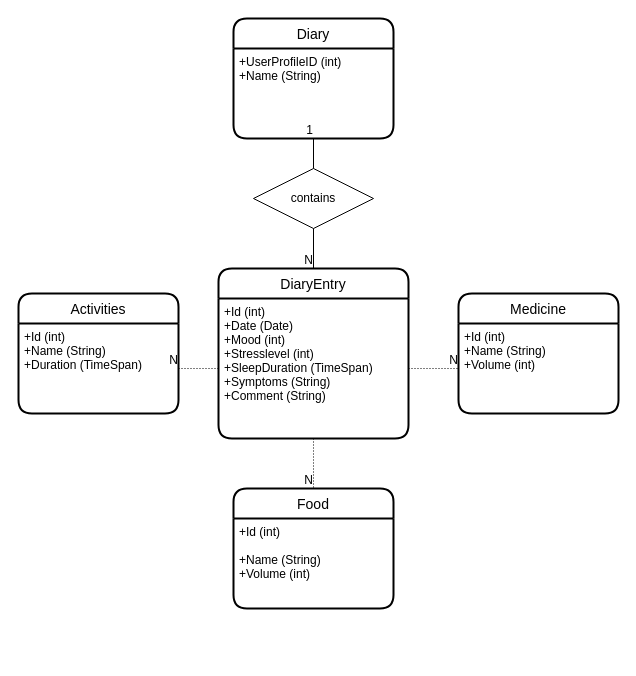
The draw.io diagram Untitled Diagram.drawio in FrauMauz/diagrams, before the edit. Source tidied: cells renumbered, new cells numbered last; positions are measured from the earlier drawing's top-left corner, leaving out a move shared by most shapes. Both pictures are drawn from the tidied source at 100%, with x=0, y=0 at pixel (18, 18).
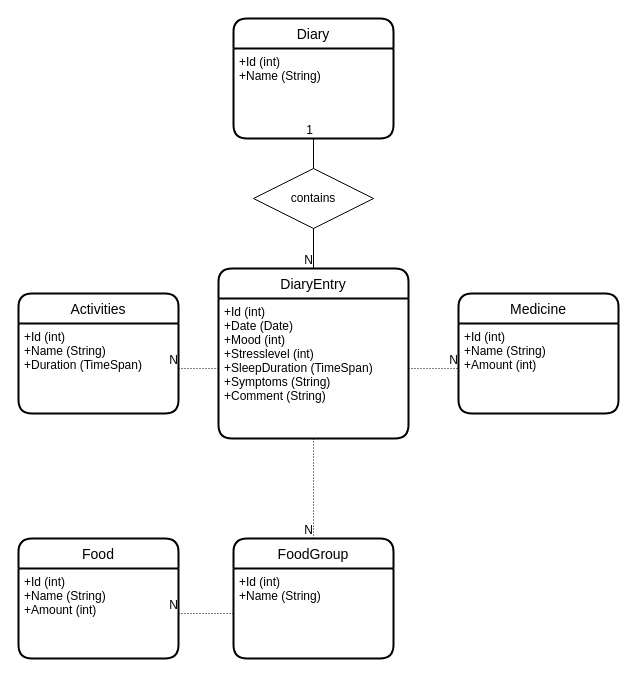
The same page after the edit.

The change refers to these unchanged cells:
```xml
<mxCell id="2" value="Diary" style="swimlane;horizontal=1;startSize=30;rounded=1;fontSize=14;fontStyle=0;strokeWidth=2;shadow=0;dashed=0;align=center;" parent="1" vertex="1">
  <mxGeometry x="215" width="160" height="120" as="geometry" />
</mxCell>
<mxCell id="4" value="DiaryEntry" style="swimlane;horizontal=1;startSize=30;rounded=1;fontSize=14;fontStyle=0;strokeWidth=2;shadow=0;dashed=0;align=center;" parent="1" vertex="1">
  <mxGeometry x="200" y="250" width="190" height="170" as="geometry" />
</mxCell>
<mxCell id="8" value="Medicine" style="swimlane;horizontal=1;startSize=30;rounded=1;fontSize=14;fontStyle=0;strokeWidth=2;shadow=0;dashed=0;align=center;" parent="1" vertex="1">
  <mxGeometry x="440" y="275" width="160" height="120" as="geometry" />
</mxCell>
```

What changed in the source:
```diff
@@
-    <mxCell id="3" value="+UserProfileID (int)&#10;+Name (String)&#10;&#10;" style="align=left;strokeColor=none;fillColor=none;spacingLeft=4;fontSize=12;verticalAlign=top;" parent="2" vertex="1">
+    <mxCell id="3" value="+Id (int)&#10;+Name (String)&#10;&#10;" style="align=left;strokeColor=none;fillColor=none;spacingLeft=4;fontSize=12;verticalAlign=top;" parent="2" vertex="1">
       <mxGeometry y="30" width="160" height="90" as="geometry" />
     </mxCell>
@@
     <mxCell id="6" value="Food" style="swimlane;horizontal=1;startSize=30;rounded=1;fontSize=14;fontStyle=0;strokeWidth=2;shadow=0;dashed=0;align=center;" parent="1" vertex="1">
-      <mxGeometry x="215" y="470" width="160" height="120" as="geometry" />
+      <mxGeometry y="520" width="160" height="120" as="geometry" />
     </mxCell>
-    <mxCell id="7" value="+Id (int)&#10;&#10;+Name (String)&#10;+Volume (int)&#10;" style="align=left;strokeColor=none;fillColor=none;spacingLeft=4;fontSize=12;verticalAlign=top;" parent="6" vertex="1">
+    <mxCell id="7" value="+Id (int)&#10;+Name (String)&#10;+Amount (int)&#10;" style="align=left;strokeColor=none;fillColor=none;spacingLeft=4;fontSize=12;verticalAlign=top;" parent="6" vertex="1">
       <mxGeometry y="30" width="160" height="90" as="geometry" />
     </mxCell>
@@
-    <mxCell id="9" value="+Id (int)&#10;+Name (String)&#10;+Volume (int)&#10;" style="align=left;strokeColor=none;fillColor=none;spacingLeft=4;fontSize=12;verticalAlign=top;" parent="8" vertex="1">
+    <mxCell id="9" value="+Id (int)&#10;+Name (String)&#10;+Amount (int)&#10;" style="align=left;strokeColor=none;fillColor=none;spacingLeft=4;fontSize=12;verticalAlign=top;" parent="8" vertex="1">
       <mxGeometry y="30" width="160" height="90" as="geometry" />
     </mxCell>
@@
-    <mxCell id="19" style="endArrow=none;html=1;rounded=0;dashed=1;dashPattern=1 2;exitX=0.5;exitY=1;exitDx=0;exitDy=0;entryX=0.5;entryY=0;entryDx=0;entryDy=0;" parent="1" edge="1" source="4" target="6">
-      <mxGeometry relative="1" as="geometry" />
-    </mxCell>
-    <mxCell id="20" value="N" style="html=1;align=right;verticalAlign=bottom;" parent="19" vertex="1">
-      <mxGeometry x="1" relative="1" as="geometry" />
-    </mxCell>
@@
+    <mxCell id="23" value="FoodGroup" style="swimlane;horizontal=1;startSize=30;rounded=1;fontSize=14;fontStyle=0;strokeWidth=2;shadow=0;dashed=0;align=center;" parent="1" vertex="1">
+      <mxGeometry x="215" y="520" width="160" height="120" as="geometry" />
+    </mxCell>
+    <mxCell id="24" value="+Id (int)&#10;+Name (String)&#10;" style="align=left;strokeColor=none;fillColor=none;spacingLeft=4;fontSize=12;verticalAlign=top;" parent="23" vertex="1">
+      <mxGeometry y="30" width="160" height="90" as="geometry" />
+    </mxCell>
+    <mxCell id="25" style="endArrow=none;html=1;rounded=0;dashed=1;dashPattern=1 2;exitX=0.5;exitY=1;exitDx=0;exitDy=0;entryX=0.5;entryY=0;entryDx=0;entryDy=0;" parent="1" edge="1" source="4" target="23">
+      <mxGeometry relative="1" as="geometry" />
+    </mxCell>
+    <mxCell id="26" value="N" style="html=1;align=right;verticalAlign=bottom;" parent="25" vertex="1">
+      <mxGeometry x="1" relative="1" as="geometry" />
+    </mxCell>
+    <mxCell id="27" style="endArrow=none;html=1;rounded=0;dashed=1;dashPattern=1 2;exitX=0;exitY=0.5;exitDx=0;exitDy=0;entryX=1;entryY=0.5;entryDx=0;entryDy=0;" parent="1" edge="1" source="24" target="7">
+      <mxGeometry relative="1" as="geometry" />
+    </mxCell>
+    <mxCell id="28" value="N" style="html=1;align=right;verticalAlign=bottom;" parent="27" vertex="1">
+      <mxGeometry x="1" relative="1" as="geometry" />
+    </mxCell>
```
